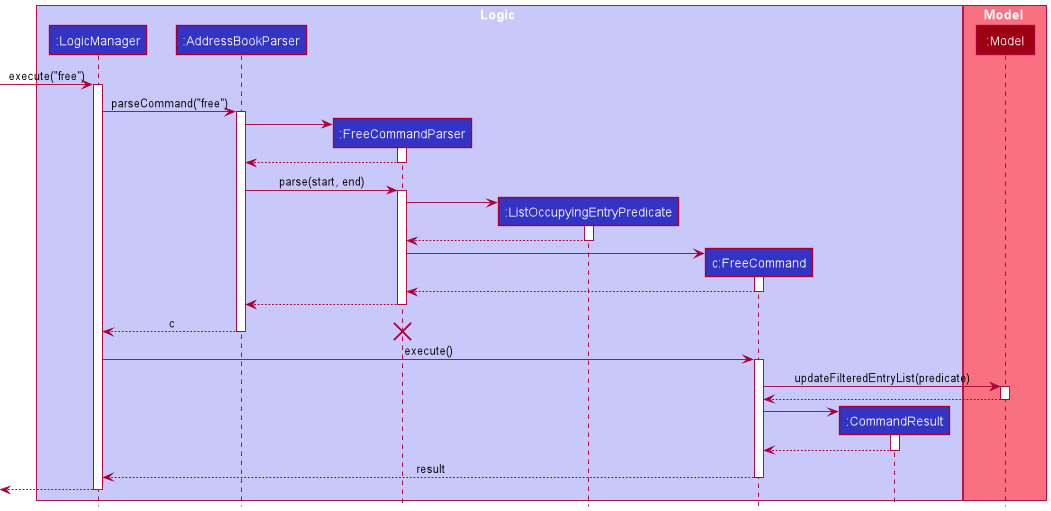
This is docs/images/FreeIntervalSequenceDiagram.png from nus-cs2103-AY2021S2/tp, a PlantUML export, as it was before one commit. Its diagram source:
```plantuml
@startuml
!include style.puml

box Logic LOGIC_COLOR_T1
participant ":LogicManager" as LogicManager LOGIC_COLOR
participant ":AddressBookParser" as AddressBookParser LOGIC_COLOR
participant ":FreeCommandParser" as FreeCommandParser LOGIC_COLOR
participant ":ListOccupyingEntryPredicate" as ListOccupyingEntryPredicate LOGIC_COLOR
participant "c:FreeCommand" as FreeCommand LOGIC_COLOR
participant ":CommandResult" as CommandResult LOGIC_COLOR
end box

box Model MODEL_COLOR_T1
participant ":Model" as Model MODEL_COLOR
end box

autoactivate on
[-> LogicManager : execute("free")
LogicManager -> AddressBookParser : parseCommand("free")

create FreeCommandParser
AddressBookParser -> FreeCommandParser
return

AddressBookParser -> FreeCommandParser : parse(start, end)

create ListOccupyingEntryPredicate
FreeCommandParser -> ListOccupyingEntryPredicate
return

create FreeCommand
FreeCommandParser -> FreeCommand
return
FreeCommandParser --> AddressBookParser
AddressBookParser --> LogicManager : c
destroy FreeCommandParser

LogicManager -> FreeCommand : execute()
FreeCommand -> Model : updateFilteredEntryList(predicate)
return

create CommandResult
FreeCommand -> CommandResult
return
FreeCommand --> LogicManager : result

[<-- LogicManager

@enduml
```
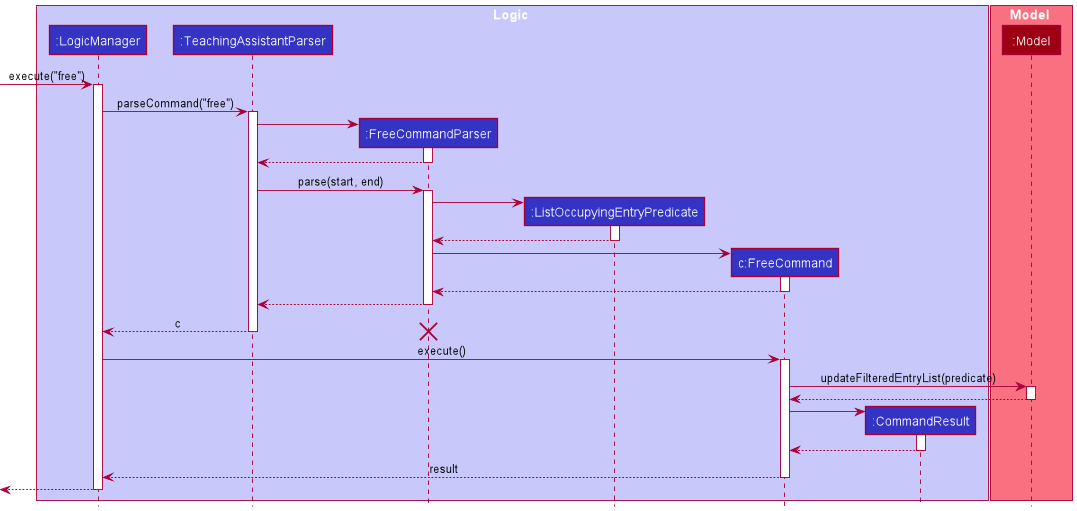
The same diagram one commit later.

Commit message:
Update DG with implementation of Free Command

Change to the diagram source:
```diff
@@ -3,7 +3,7 @@
 
 box Logic LOGIC_COLOR_T1
 participant ":LogicManager" as LogicManager LOGIC_COLOR
-participant ":AddressBookParser" as AddressBookParser LOGIC_COLOR
+participant ":TeachingAssistantParser" as TeachingAssistantParser LOGIC_COLOR
 participant ":FreeCommandParser" as FreeCommandParser LOGIC_COLOR
 participant ":ListOccupyingEntryPredicate" as ListOccupyingEntryPredicate LOGIC_COLOR
 participant "c:FreeCommand" as FreeCommand LOGIC_COLOR
@@ -16,13 +16,13 @@
 
 autoactivate on
 [-> LogicManager : execute("free")
-LogicManager -> AddressBookParser : parseCommand("free")
+LogicManager -> TeachingAssistantParser : parseCommand("free")
 
 create FreeCommandParser
-AddressBookParser -> FreeCommandParser
+TeachingAssistantParser -> FreeCommandParser
 return
 
-AddressBookParser -> FreeCommandParser : parse(start, end)
+TeachingAssistantParser -> FreeCommandParser : parse(start, end)
 
 create ListOccupyingEntryPredicate
 FreeCommandParser -> ListOccupyingEntryPredicate
@@ -31,8 +31,8 @@
 create FreeCommand
 FreeCommandParser -> FreeCommand
 return
-FreeCommandParser --> AddressBookParser
-AddressBookParser --> LogicManager : c
+FreeCommandParser --> TeachingAssistantParser
+TeachingAssistantParser --> LogicManager : c
 destroy FreeCommandParser
 
 LogicManager -> FreeCommand : execute()
```
